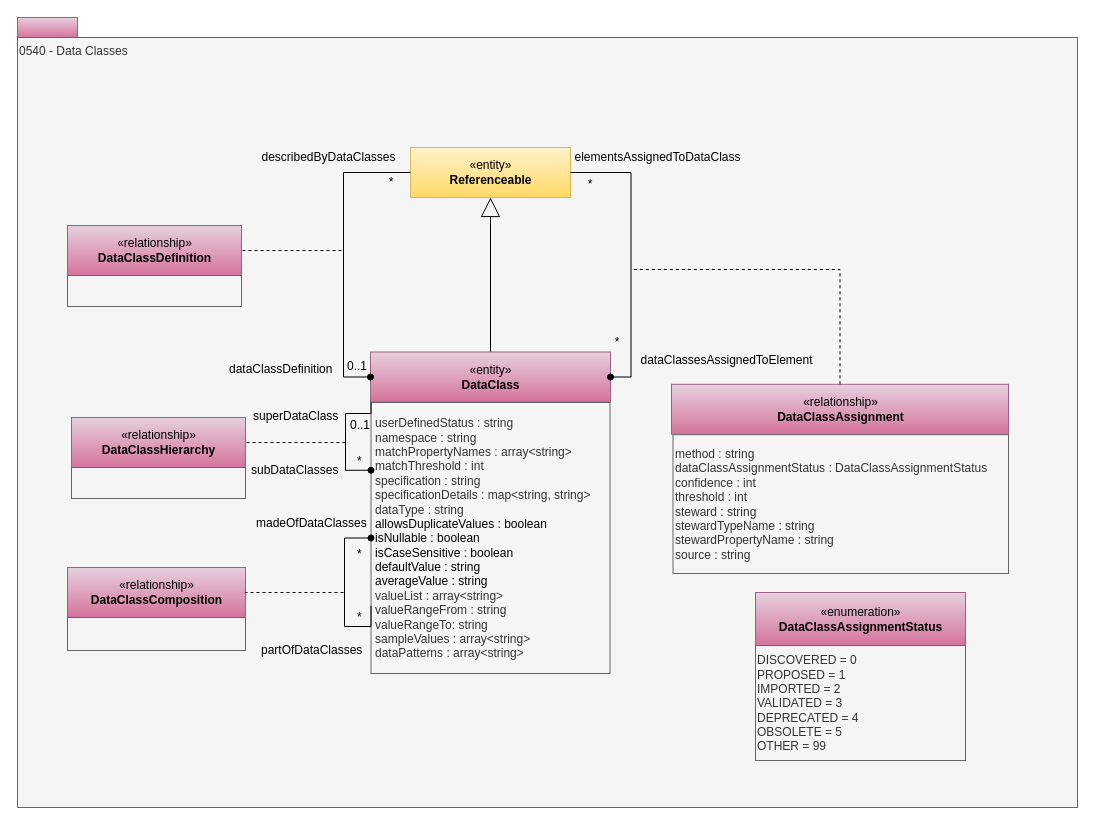
Earlier version of the draw.io diagram page "0540-Data-Classes" (25 of 36) of site/docs/types/5/area-5-models-and-schema.drawio (odpi/egeria-docs). Source tidied: cells renumbered, new cells numbered last; positions are measured from the earlier drawing's top-left corner, leaving out a move shared by most shapes. Both pictures are drawn from the tidied source at 100%, with x=0, y=0 at pixel (17, 17).
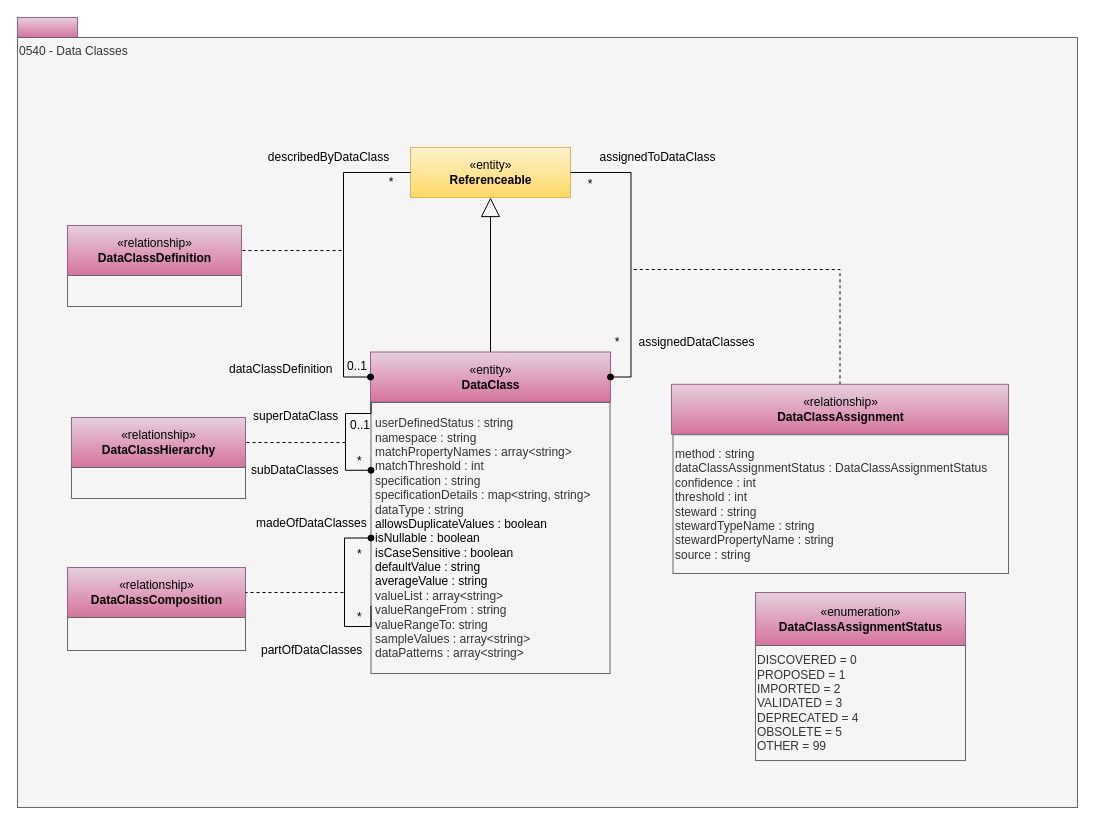
After the change.

Diff of the diagram source:
```diff
@@
-    <mxCell id="13" value="elementsAssignedToDataClass" style="text;html=1;strokeColor=none;fillColor=none;align=center;verticalAlign=middle;whiteSpace=wrap;rounded=0;" parent="1" vertex="1">
+    <mxCell id="13" value="assignedToDataClass" style="text;html=1;strokeColor=none;fillColor=none;align=center;verticalAlign=middle;whiteSpace=wrap;rounded=0;" parent="1" vertex="1">
       <mxGeometry x="553.5" y="130" width="173" height="20" as="geometry" />
     </mxCell>
-    <mxCell id="14" value="dataClassesAssignedToElement" style="text;html=1;strokeColor=none;fillColor=none;align=center;verticalAlign=middle;whiteSpace=wrap;rounded=0;" parent="1" vertex="1">
-      <mxGeometry x="648" y="333" width="123" height="20" as="geometry" />
+    <mxCell id="14" value="assignedDataClasses" style="text;html=1;strokeColor=none;fillColor=none;align=center;verticalAlign=middle;whiteSpace=wrap;rounded=0;" parent="1" vertex="1">
+      <mxGeometry x="618" y="314.5" width="123" height="20" as="geometry" />
     </mxCell>
@@
-    <mxCell id="37" value="describedByDataClasses" style="text;html=1;strokeColor=none;fillColor=none;align=center;verticalAlign=middle;whiteSpace=wrap;rounded=0;" parent="1" vertex="1">
+    <mxCell id="37" value="describedByDataClass" style="text;html=1;strokeColor=none;fillColor=none;align=center;verticalAlign=middle;whiteSpace=wrap;rounded=0;" parent="1" vertex="1">
       <mxGeometry x="239" y="130" width="145" height="20" as="geometry" />
     </mxCell>
```
